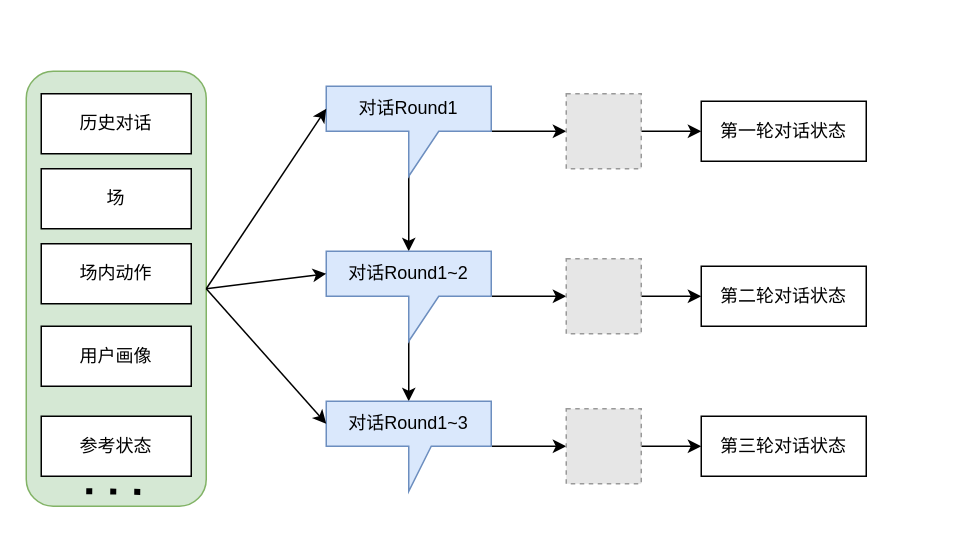
ZhangHammer/ZhangHammer keeps this draw.io diagram as 对话状态泛化.drawio. Above is the earlier version. Source tidied: cells renumbered, new cells numbered last; positions are measured from the earlier drawing's top-left corner, leaving out a move shared by most shapes. Both pictures are drawn from the tidied source at 150%, with x=0, y=0 at pixel (26, 70). Pictures stored in the file or linked from it are replaced by grey dashed boxes.
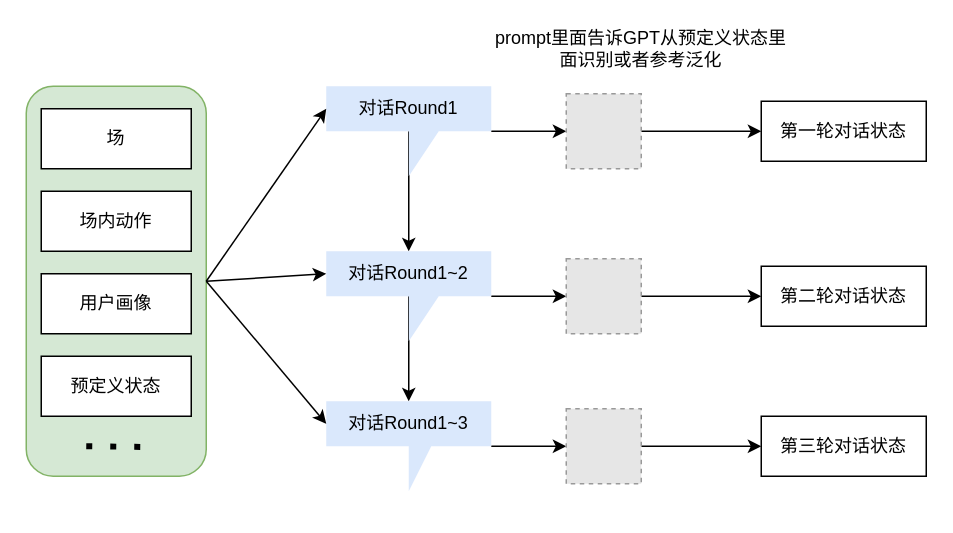
Above is the later version.

Commit message (it also covers changes not shown here):
对话状态泛化.drawio

Diff of the diagram source:
```diff
@@
     <mxCell id="2" style="rounded=1;whiteSpace=wrap;html=1;fillColor=#d5e8d4;strokeColor=#82b366;" parent="1" vertex="1">
-      <mxGeometry width="120" height="290" as="geometry" />
+      <mxGeometry y="10" width="120" height="260" as="geometry" />
     </mxCell>
-    <mxCell id="3" value="历史对话" style="rounded=0;whiteSpace=wrap;html=1;" parent="1" vertex="1">
-      <mxGeometry x="10" y="15" width="100" height="40" as="geometry" />
-    </mxCell>
     <mxCell id="4" value="用户画像" style="rounded=0;whiteSpace=wrap;html=1;" parent="1" vertex="1">
-      <mxGeometry x="10" y="170" width="100" height="40" as="geometry" />
+      <mxGeometry x="10" y="135" width="100" height="40" as="geometry" />
     </mxCell>
     <mxCell id="5" value="场" style="rounded=0;whiteSpace=wrap;html=1;" parent="1" vertex="1">
-      <mxGeometry x="10" y="65" width="100" height="40" as="geometry" />
+      <mxGeometry x="10" y="25" width="100" height="40" as="geometry" />
     </mxCell>
     <mxCell id="6" value="场内动作" style="rounded=0;whiteSpace=wrap;html=1;" parent="1" vertex="1">
-      <mxGeometry x="10" y="115" width="100" height="40" as="geometry" />
+      <mxGeometry x="10" y="80" width="100" height="40" as="geometry" />
     </mxCell>
     <mxCell id="7" style="endArrow=none;dashed=1;html=1;dashPattern=1 3;strokeWidth=4;rounded=0;" parent="1" edge="1">
       <mxGeometry relative="1" as="geometry">
-        <mxPoint x="40" y="280" as="sourcePoint" />
-        <mxPoint x="80" y="280.5" as="targetPoint" />
+        <mxPoint x="40" y="250" as="sourcePoint" />
+        <mxPoint x="80" y="250.5" as="targetPoint" />
       </mxGeometry>
     </mxCell>
@@
-    <mxCell id="10" value="对话Round1" style="shape=callout;whiteSpace=wrap;html=1;perimeter=calloutPerimeter;fillColor=#dae8fc;strokeColor=#6c8ebf;" parent="1" vertex="1">
+    <mxCell id="10" value="对话Round1" style="shape=callout;whiteSpace=wrap;html=1;perimeter=calloutPerimeter;fillColor=#dae8fc;strokeColor=none;" parent="1" vertex="1">
       <mxGeometry x="200" y="10" width="110" height="60" as="geometry" />
     </mxCell>
@@
-    <mxCell id="13" value="对话Round1~2" style="shape=callout;whiteSpace=wrap;html=1;perimeter=calloutPerimeter;fillColor=#dae8fc;strokeColor=#6c8ebf;" parent="1" vertex="1">
+    <mxCell id="13" value="对话Round1~2" style="shape=callout;whiteSpace=wrap;html=1;perimeter=calloutPerimeter;fillColor=#dae8fc;strokeColor=none;" parent="1" vertex="1">
       <mxGeometry x="200" y="120" width="110" height="60" as="geometry" />
     </mxCell>
@@
-    <mxCell id="15" value="对话Round1~3" style="shape=callout;whiteSpace=wrap;html=1;perimeter=calloutPerimeter;fillColor=#dae8fc;strokeColor=#6c8ebf;base=15;" parent="1" vertex="1">
+    <mxCell id="15" value="对话Round1~3" style="shape=callout;whiteSpace=wrap;html=1;perimeter=calloutPerimeter;fillColor=#dae8fc;strokeColor=none;base=15;" parent="1" vertex="1">
       <mxGeometry x="200" y="220" width="110" height="60" as="geometry" />
     </mxCell>
@@
     <mxCell id="21" value="第一轮对话状态" style="rounded=0;whiteSpace=wrap;html=1;" parent="1" vertex="1">
-      <mxGeometry x="450" y="20" width="110" height="40" as="geometry" />
+      <mxGeometry x="490" y="20" width="110" height="40" as="geometry" />
     </mxCell>
-    <mxCell id="22" value="参考状态" style="rounded=0;whiteSpace=wrap;html=1;" parent="1" vertex="1">
-      <mxGeometry x="10" y="230" width="100" height="40" as="geometry" />
+    <mxCell id="22" value="预定义状态" style="rounded=0;whiteSpace=wrap;html=1;" parent="1" vertex="1">
+      <mxGeometry x="10" y="190" width="100" height="40" as="geometry" />
     </mxCell>
@@
     <mxCell id="25" value="第二轮对话状态" style="rounded=0;whiteSpace=wrap;html=1;" parent="1" vertex="1">
-      <mxGeometry x="450" y="130" width="110" height="40" as="geometry" />
+      <mxGeometry x="490" y="130" width="110" height="40" as="geometry" />
     </mxCell>
@@
     <mxCell id="28" value="第三轮对话状态" style="rounded=0;whiteSpace=wrap;html=1;" parent="1" vertex="1">
-      <mxGeometry x="450" y="230" width="110" height="40" as="geometry" />
+      <mxGeometry x="490" y="230" width="110" height="40" as="geometry" />
     </mxCell>
+    <mxCell id="29" value="prompt里面告诉GPT从预定义状态里面识别或者参考泛化" style="text;html=1;strokeColor=none;fillColor=none;align=center;verticalAlign=middle;whiteSpace=wrap;rounded=0;" parent="1" vertex="1">
+      <mxGeometry x="310" y="-30" width="200" height="30" as="geometry" />
+    </mxCell>
```
